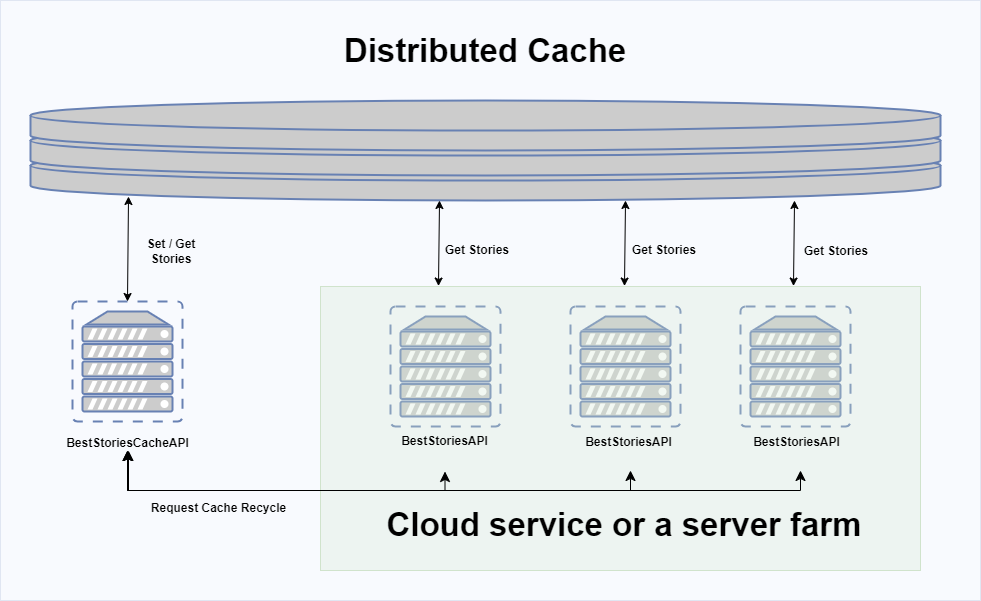
Before: readme-images/solution.png, a diagram exported from draw.io (grantcolley/best-stories-api). Source tidied: cells renumbered, new cells last; positions are measured from the earlier drawing's top-left corner, leaving out a move shared by most shapes. Source of this version:
```xml
<mxGraphModel>
  <root>
    <mxCell id="0" />
    <mxCell id="1" parent="0" />
    <mxCell id="2" style="rounded=0;whiteSpace=wrap;html=1;fillColor=#dae8fc;strokeColor=#6c8ebf;opacity=20;" parent="1" vertex="1">
      <mxGeometry width="980" height="600" as="geometry" />
    </mxCell>
    <mxCell id="3" style="fontColor=#0066CC;verticalAlign=top;verticalLabelPosition=bottom;labelPosition=center;align=center;html=1;fillColor=#CCCCCC;strokeColor=#6881B3;gradientColor=none;gradientDirection=north;strokeWidth=2;shape=mxgraph.networks.storage;" parent="1" vertex="1">
      <mxGeometry x="30" y="100" width="910" height="100" as="geometry" />
    </mxCell>
    <mxCell id="4" style="fontColor=#0066CC;verticalAlign=top;verticalLabelPosition=bottom;labelPosition=center;align=center;html=1;outlineConnect=0;fillColor=#CCCCCC;strokeColor=#6881B3;gradientColor=none;gradientDirection=north;strokeWidth=2;shape=mxgraph.networks.virtual_server;" parent="1" vertex="1">
      <mxGeometry x="72" y="301" width="110" height="120" as="geometry" />
    </mxCell>
    <mxCell id="5" style="fontColor=#0066CC;verticalAlign=top;verticalLabelPosition=bottom;labelPosition=center;align=center;html=1;fillColor=#CCCCCC;strokeColor=#6881B3;gradientColor=none;gradientDirection=north;strokeWidth=2;shape=mxgraph.networks.virtual_server;" parent="1" vertex="1">
      <mxGeometry x="740" y="306" width="110" height="120" as="geometry" />
    </mxCell>
    <mxCell id="6" style="fontColor=#0066CC;verticalAlign=top;verticalLabelPosition=bottom;labelPosition=center;align=center;html=1;fillColor=#CCCCCC;strokeColor=#6881B3;gradientColor=none;gradientDirection=north;strokeWidth=2;shape=mxgraph.networks.virtual_server;" parent="1" vertex="1">
      <mxGeometry x="570" y="306" width="110" height="120" as="geometry" />
    </mxCell>
    <mxCell id="7" style="fontColor=#0066CC;verticalAlign=top;verticalLabelPosition=bottom;labelPosition=center;align=center;html=1;fillColor=#CCCCCC;strokeColor=#6881B3;gradientColor=none;gradientDirection=north;strokeWidth=2;shape=mxgraph.networks.virtual_server;" parent="1" vertex="1">
      <mxGeometry x="390" y="306" width="110" height="120" as="geometry" />
    </mxCell>
    <mxCell id="8" style="rounded=0;whiteSpace=wrap;html=1;fillColor=#d5e8d4;strokeColor=#82b366;opacity=30;" parent="1" vertex="1">
      <mxGeometry x="320" y="286" width="600" height="284" as="geometry" />
    </mxCell>
    <mxCell id="9" value="Distributed Cache" style="text;html=1;strokeColor=none;fillColor=none;align=center;verticalAlign=middle;whiteSpace=wrap;rounded=0;fontSize=33;fontStyle=1;" parent="1" vertex="1">
      <mxGeometry x="335" y="20" width="300" height="60" as="geometry" />
    </mxCell>
    <mxCell id="10" value="Cloud service or a server farm" style="text;html=1;strokeColor=none;fillColor=none;align=center;verticalAlign=middle;whiteSpace=wrap;rounded=0;fontSize=33;fontStyle=1;" parent="1" vertex="1">
      <mxGeometry x="364" y="494" width="520" height="60" as="geometry" />
    </mxCell>
    <mxCell id="11" style="endArrow=classic;startArrow=classic;html=1;rounded=0;fontSize=33;exitX=0.065;exitY=-0.001;exitDx=0;exitDy=0;exitPerimeter=0;" parent="1" edge="1">
      <mxGeometry relative="1" as="geometry">
        <mxPoint x="438" y="285.5" as="sourcePoint" />
        <mxPoint x="439" y="200" as="targetPoint" />
      </mxGeometry>
    </mxCell>
    <mxCell id="12" style="endArrow=classic;startArrow=classic;html=1;rounded=0;fontSize=33;exitX=0.065;exitY=-0.001;exitDx=0;exitDy=0;exitPerimeter=0;" parent="1" edge="1">
      <mxGeometry relative="1" as="geometry">
        <mxPoint x="624" y="285.5" as="sourcePoint" />
        <mxPoint x="625" y="200" as="targetPoint" />
      </mxGeometry>
    </mxCell>
    <mxCell id="13" style="endArrow=classic;startArrow=classic;html=1;rounded=0;fontSize=33;exitX=0.065;exitY=-0.001;exitDx=0;exitDy=0;exitPerimeter=0;" parent="1" edge="1">
      <mxGeometry relative="1" as="geometry">
        <mxPoint x="793" y="285.5" as="sourcePoint" />
        <mxPoint x="794" y="200" as="targetPoint" />
      </mxGeometry>
    </mxCell>
    <mxCell id="14" value="BestStoriesAPI" style="text;html=1;strokeColor=none;fillColor=none;align=center;verticalAlign=middle;whiteSpace=wrap;rounded=0;fontSize=12;fontStyle=1;" parent="1" vertex="1">
      <mxGeometry x="370" y="411" width="149" height="60" as="geometry" />
    </mxCell>
    <mxCell id="15" value="BestStoriesAPI" style="text;html=1;strokeColor=none;fillColor=none;align=center;verticalAlign=middle;whiteSpace=wrap;rounded=0;fontSize=12;fontStyle=1;" parent="1" vertex="1">
      <mxGeometry x="554" y="412" width="149" height="60" as="geometry" />
    </mxCell>
    <mxCell id="16" value="BestStoriesAPI" style="text;html=1;strokeColor=none;fillColor=none;align=center;verticalAlign=middle;whiteSpace=wrap;rounded=0;fontSize=12;fontStyle=1;" parent="1" vertex="1">
      <mxGeometry x="722" y="412" width="149" height="60" as="geometry" />
    </mxCell>
    <mxCell id="17" style="endArrow=classic;startArrow=classic;html=1;rounded=0;fontSize=33;exitX=0.5;exitY=0;exitDx=0;exitDy=0;exitPerimeter=0;" parent="1" edge="1" source="4">
      <mxGeometry relative="1" as="geometry">
        <mxPoint x="128" y="196" as="targetPoint" />
      </mxGeometry>
    </mxCell>
    <mxCell id="18" value="Get Stories" style="text;html=1;strokeColor=none;fillColor=none;align=center;verticalAlign=middle;whiteSpace=wrap;rounded=0;fontSize=12;fontStyle=1;" parent="1" vertex="1">
      <mxGeometry x="442.5" y="230" width="67.5" height="40" as="geometry" />
    </mxCell>
    <mxCell id="19" value="Get Stories" style="text;html=1;strokeColor=none;fillColor=none;align=center;verticalAlign=middle;whiteSpace=wrap;rounded=0;fontSize=12;fontStyle=1;" parent="1" vertex="1">
      <mxGeometry x="629.5" y="230" width="67.5" height="40" as="geometry" />
    </mxCell>
    <mxCell id="20" value="Get Stories" style="text;html=1;strokeColor=none;fillColor=none;align=center;verticalAlign=middle;whiteSpace=wrap;rounded=0;fontSize=12;fontStyle=1;" parent="1" vertex="1">
      <mxGeometry x="801.5" y="231" width="67.5" height="40" as="geometry" />
    </mxCell>
    <mxCell id="21" style="edgeStyle=elbowEdgeStyle;elbow=vertical;endArrow=classic;html=1;curved=0;rounded=0;endSize=8;startSize=8;fontSize=12;anchorPointDirection=1;startArrow=classic;startFill=1;" parent="1" edge="1" target="14">
      <mxGeometry relative="1" as="geometry">
        <mxPoint x="127" y="450" as="sourcePoint" />
        <Array as="points">
          <mxPoint x="230" y="490" />
        </Array>
      </mxGeometry>
    </mxCell>
    <mxCell id="22" style="edgeStyle=elbowEdgeStyle;elbow=vertical;endArrow=classic;html=1;curved=0;rounded=0;endSize=8;startSize=8;fontSize=12;anchorPointDirection=1;startArrow=classic;startFill=1;" parent="1" edge="1">
      <mxGeometry relative="1" as="geometry">
        <mxPoint x="127" y="450" as="sourcePoint" />
        <mxPoint x="800" y="470" as="targetPoint" />
        <Array as="points">
          <mxPoint x="460" y="490" />
          <mxPoint x="230" y="492" />
        </Array>
      </mxGeometry>
    </mxCell>
    <mxCell id="23" style="edgeStyle=elbowEdgeStyle;elbow=vertical;endArrow=classic;html=1;curved=0;rounded=0;endSize=8;startSize=8;fontSize=12;anchorPointDirection=1;startArrow=classic;startFill=1;" parent="1" edge="1">
      <mxGeometry relative="1" as="geometry">
        <mxPoint x="128" y="450" as="sourcePoint" />
        <mxPoint x="630" y="470" as="targetPoint" />
        <Array as="points">
          <mxPoint x="461" y="490" />
          <mxPoint x="231" y="492" />
        </Array>
      </mxGeometry>
    </mxCell>
    <mxCell id="24" value="Set / Get Stories" style="text;html=1;strokeColor=none;fillColor=none;align=center;verticalAlign=middle;whiteSpace=wrap;rounded=0;fontSize=12;fontStyle=1;" parent="1" vertex="1">
      <mxGeometry x="136.5" y="231" width="67.5" height="40" as="geometry" />
    </mxCell>
    <mxCell id="25" value="Request Cache Recycle" style="text;html=1;strokeColor=none;fillColor=none;align=center;verticalAlign=middle;whiteSpace=wrap;rounded=0;fontSize=12;fontStyle=1;" parent="1" vertex="1">
      <mxGeometry x="141.5" y="488" width="152.5" height="40" as="geometry" />
    </mxCell>
    <mxCell id="26" value="BestStoriesCacheAPI" style="text;html=1;strokeColor=none;fillColor=none;align=center;verticalAlign=middle;whiteSpace=wrap;rounded=0;fontSize=12;fontStyle=1;" parent="1" vertex="1">
      <mxGeometry x="52.5" y="413" width="149" height="60" as="geometry" />
    </mxCell>
  </root>
</mxGraphModel>
```
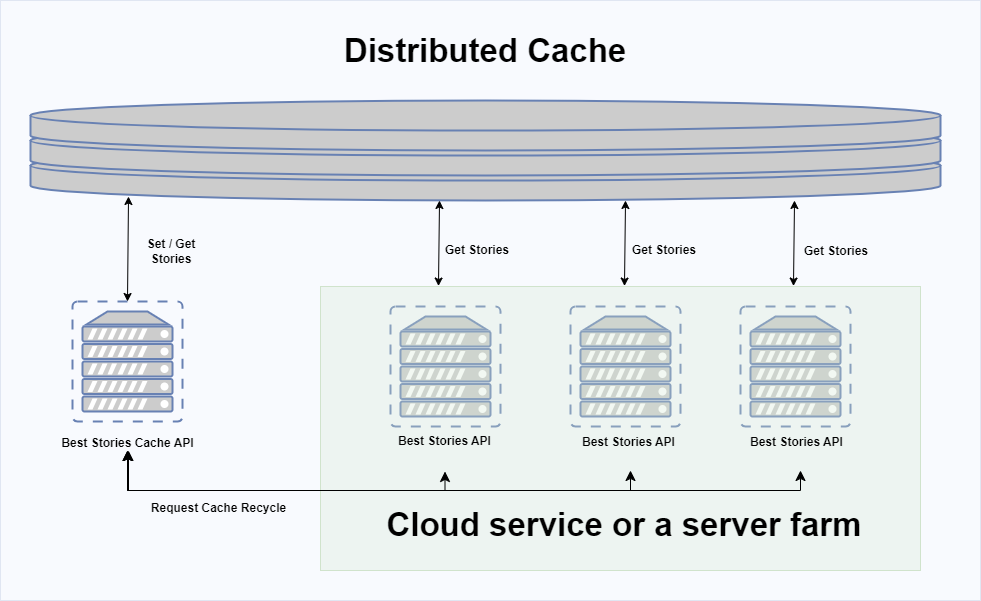
After the change.

Diff of the diagram source:
```diff
@@ -47,13 +47,13 @@
         <mxPoint x="794" y="200" as="targetPoint" />
       </mxGeometry>
     </mxCell>
-    <mxCell id="14" value="BestStoriesAPI" style="text;html=1;strokeColor=none;fillColor=none;align=center;verticalAlign=middle;whiteSpace=wrap;rounded=0;fontSize=12;fontStyle=1;" parent="1" vertex="1">
+    <mxCell id="14" value="Best Stories API" style="text;html=1;strokeColor=none;fillColor=none;align=center;verticalAlign=middle;whiteSpace=wrap;rounded=0;fontSize=12;fontStyle=1;" parent="1" vertex="1">
       <mxGeometry x="370" y="411" width="149" height="60" as="geometry" />
     </mxCell>
-    <mxCell id="15" value="BestStoriesAPI" style="text;html=1;strokeColor=none;fillColor=none;align=center;verticalAlign=middle;whiteSpace=wrap;rounded=0;fontSize=12;fontStyle=1;" parent="1" vertex="1">
+    <mxCell id="15" value="Best Stories API" style="text;html=1;strokeColor=none;fillColor=none;align=center;verticalAlign=middle;whiteSpace=wrap;rounded=0;fontSize=12;fontStyle=1;" parent="1" vertex="1">
       <mxGeometry x="554" y="412" width="149" height="60" as="geometry" />
     </mxCell>
-    <mxCell id="16" value="BestStoriesAPI" style="text;html=1;strokeColor=none;fillColor=none;align=center;verticalAlign=middle;whiteSpace=wrap;rounded=0;fontSize=12;fontStyle=1;" parent="1" vertex="1">
+    <mxCell id="16" value="Best Stories API" style="text;html=1;strokeColor=none;fillColor=none;align=center;verticalAlign=middle;whiteSpace=wrap;rounded=0;fontSize=12;fontStyle=1;" parent="1" vertex="1">
       <mxGeometry x="722" y="412" width="149" height="60" as="geometry" />
     </mxCell>
     <mxCell id="17" style="endArrow=classic;startArrow=classic;html=1;rounded=0;fontSize=33;exitX=0.5;exitY=0;exitDx=0;exitDy=0;exitPerimeter=0;" parent="1" edge="1" source="4">
@@ -104,7 +104,7 @@
     <mxCell id="25" value="Request Cache Recycle" style="text;html=1;strokeColor=none;fillColor=none;align=center;verticalAlign=middle;whiteSpace=wrap;rounded=0;fontSize=12;fontStyle=1;" parent="1" vertex="1">
       <mxGeometry x="141.5" y="488" width="152.5" height="40" as="geometry" />
     </mxCell>
-    <mxCell id="26" value="BestStoriesCacheAPI" style="text;html=1;strokeColor=none;fillColor=none;align=center;verticalAlign=middle;whiteSpace=wrap;rounded=0;fontSize=12;fontStyle=1;" parent="1" vertex="1">
+    <mxCell id="26" value="Best Stories Cache API" style="text;html=1;strokeColor=none;fillColor=none;align=center;verticalAlign=middle;whiteSpace=wrap;rounded=0;fontSize=12;fontStyle=1;" parent="1" vertex="1">
       <mxGeometry x="52.5" y="413" width="149" height="60" as="geometry" />
     </mxCell>
   </root>
```
